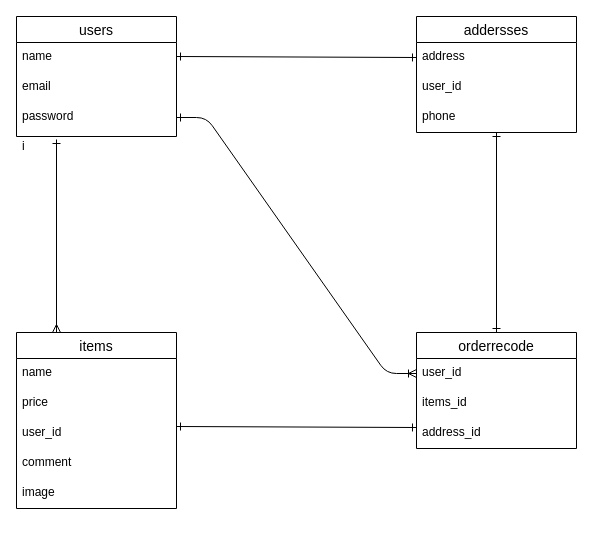
Earlier version of the draw.io diagram database.dio (DDT1129/furima-39096). Source tidied: cells renumbered, new cells numbered last; positions are measured from the earlier drawing's top-left corner, leaving out a move shared by most shapes. Both pictures are drawn from the tidied source at 100%, with x=0, y=0 at pixel (16, 16).
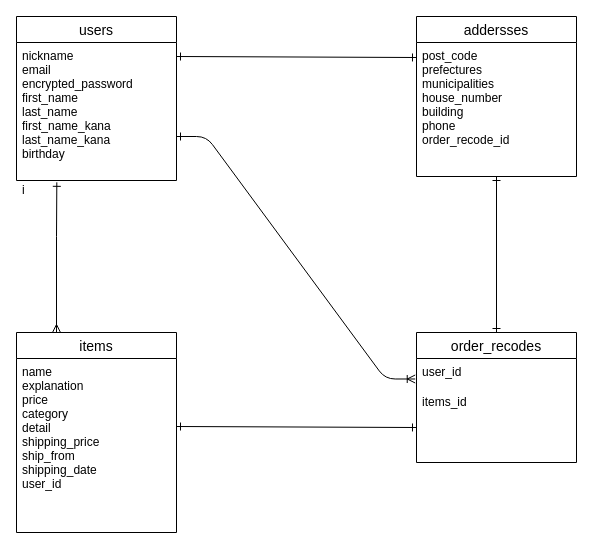
After the change.

Commit message (it also covers changes not shown here):
データベースの設計（訂正１）

Change to the diagram source:
```diff
@@
     <mxCell id="2" value="users" style="swimlane;fontStyle=0;horizontal=1;startSize=26;align=center;fontSize=14;" parent="1" vertex="1">
-      <mxGeometry width="160" height="120" as="geometry" />
+      <mxGeometry width="160" height="164" as="geometry" />
     </mxCell>
-    <mxCell id="3" value="name    &#10;&#10;&#10;" style="text;strokeColor=none;fillColor=none;spacingLeft=4;spacingRight=4;overflow=hidden;fontSize=12;" parent="2" vertex="1">
-      <mxGeometry y="26" width="160" height="30" as="geometry" />
-    </mxCell>
-    <mxCell id="4" value="email" style="text;strokeColor=none;fillColor=none;spacingLeft=4;spacingRight=4;overflow=hidden;fontSize=12;" parent="2" vertex="1">
-      <mxGeometry y="56" width="160" height="30" as="geometry" />
-    </mxCell>
-    <mxCell id="5" value="password" style="text;strokeColor=none;fillColor=none;spacingLeft=4;spacingRight=4;overflow=hidden;points=[[0,0.5],[1,0.5]];portConstraint=eastwest;fontSize=12;" parent="2" vertex="1">
-      <mxGeometry y="86" width="160" height="30" as="geometry" />
-    </mxCell>
+    <mxCell id="26" value="nickname &#10;email&#10;encrypted_password&#10;first_name&#10;last_name&#10;first_name_kana&#10;last_name_kana&#10;birthday" style="text;strokeColor=none;fillColor=none;spacingLeft=4;spacingRight=4;overflow=hidden;fontSize=12;" parent="2" vertex="1">
+      <mxGeometry y="26" width="160" height="134" as="geometry" />
+    </mxCell>
     <mxCell id="6" value="i" style="text;strokeColor=none;fillColor=none;spacingLeft=4;spacingRight=4;overflow=hidden;points=[[0,0.5],[1,0.5]];portConstraint=eastwest;fontSize=12;" parent="2" vertex="1">
-      <mxGeometry y="116" width="160" height="4" as="geometry" />
+      <mxGeometry y="160" width="160" height="4" as="geometry" />
     </mxCell>
     <mxCell id="7" value="items" style="swimlane;fontStyle=0;horizontal=1;startSize=26;align=center;fontSize=14;" parent="1" vertex="1">
-      <mxGeometry y="316" width="160" height="176" as="geometry" />
+      <mxGeometry y="316" width="160" height="200" as="geometry" />
     </mxCell>
-    <mxCell id="8" value="name" style="text;strokeColor=none;fillColor=none;spacingLeft=4;spacingRight=4;overflow=hidden;fontSize=12;" parent="7" vertex="1">
-      <mxGeometry y="26" width="160" height="30" as="geometry" />
-    </mxCell>
-    <mxCell id="9" value="price" style="text;strokeColor=none;fillColor=none;spacingLeft=4;spacingRight=4;overflow=hidden;fontSize=12;" parent="7" vertex="1">
-      <mxGeometry y="56" width="160" height="30" as="geometry" />
-    </mxCell>
-    <mxCell id="10" value="user_id" style="text;strokeColor=none;fillColor=none;spacingLeft=4;spacingRight=4;overflow=hidden;fontSize=12;" parent="7" vertex="1">
-      <mxGeometry y="86" width="160" height="30" as="geometry" />
-    </mxCell>
-    <mxCell id="11" value="comment" style="text;strokeColor=none;fillColor=none;spacingLeft=4;spacingRight=4;overflow=hidden;fontSize=12;" parent="7" vertex="1">
-      <mxGeometry y="116" width="160" height="30" as="geometry" />
-    </mxCell>
-    <mxCell id="12" value="image" style="text;strokeColor=none;fillColor=none;spacingLeft=4;spacingRight=4;overflow=hidden;fontSize=12;" parent="7" vertex="1">
-      <mxGeometry y="146" width="160" height="30" as="geometry" />
-    </mxCell>
+    <mxCell id="27" value="name &#10;explanation &#10;price &#10;category&#10;detail &#10;shipping_price &#10;ship_from&#10;shipping_date&#10;user_id" style="text;strokeColor=none;fillColor=none;spacingLeft=4;spacingRight=4;overflow=hidden;fontSize=12;" parent="7" vertex="1">
+      <mxGeometry y="26" width="160" height="174" as="geometry" />
+    </mxCell>
     <mxCell id="13" value="addersses" style="swimlane;fontStyle=0;horizontal=1;startSize=26;align=center;fontSize=14;" parent="1" vertex="1">
-      <mxGeometry x="400" width="160" height="116" as="geometry" />
+      <mxGeometry x="400" width="160" height="160" as="geometry" />
     </mxCell>
-    <mxCell id="14" value="address" style="text;strokeColor=none;fillColor=none;spacingLeft=4;spacingRight=4;overflow=hidden;points=[[0,0.5],[1,0.5]];portConstraint=eastwest;fontSize=12;" parent="13" vertex="1">
-      <mxGeometry y="26" width="160" height="30" as="geometry" />
-    </mxCell>
+    <mxCell id="28" value="post_code &#10;prefectures&#10;municipalities &#10;house_number &#10;building &#10;phone&#10;order_recode_id" style="text;strokeColor=none;fillColor=none;spacingLeft=4;spacingRight=4;overflow=hidden;fontSize=12;" parent="13" vertex="1">
+      <mxGeometry y="26" width="160" height="134" as="geometry" />
+    </mxCell>
+    <mxCell id="17" value="order_recodes" style="swimlane;fontStyle=0;horizontal=1;startSize=26;align=center;fontSize=14;" parent="1" vertex="1">
+      <mxGeometry x="400" y="316" width="160" height="130" as="geometry" />
+    </mxCell>
-    <mxCell id="15" value="user_id" style="text;strokeColor=none;fillColor=none;spacingLeft=4;spacingRight=4;overflow=hidden;points=[[0,0.5],[1,0.5]];portConstraint=eastwest;fontSize=12;" parent="13" vertex="1">
-      <mxGeometry y="56" width="160" height="30" as="geometry" />
+    <mxCell id="15" value="user_id" style="text;strokeColor=none;fillColor=none;spacingLeft=4;spacingRight=4;overflow=hidden;points=[[0,0.5],[1,0.5]];portConstraint=eastwest;fontSize=12;" parent="17" vertex="1">
+      <mxGeometry y="26" width="160" height="30" as="geometry" />
     </mxCell>
-    <mxCell id="16" value="phone" style="text;strokeColor=none;fillColor=none;spacingLeft=4;spacingRight=4;overflow=hidden;points=[[0,0.5],[1,0.5]];portConstraint=eastwest;fontSize=12;" parent="13" vertex="1">
-      <mxGeometry y="86" width="160" height="30" as="geometry" />
-    </mxCell>
-    <mxCell id="17" value="orderrecode" style="swimlane;fontStyle=0;horizontal=1;startSize=26;align=center;fontSize=14;" parent="1" vertex="1">
-      <mxGeometry x="400" y="316" width="160" height="116" as="geometry" />
-    </mxCell>
-    <mxCell id="18" value="user_id" style="text;strokeColor=none;fillColor=none;spacingLeft=4;spacingRight=4;overflow=hidden;points=[[0,0.5],[1,0.5]];portConstraint=eastwest;fontSize=12;" parent="17" vertex="1">
-      <mxGeometry y="26" width="160" height="30" as="geometry" />
-    </mxCell>
-    <mxCell id="19" value="items_id" style="text;strokeColor=none;fillColor=none;spacingLeft=4;spacingRight=4;overflow=hidden;fontSize=12;" parent="17" vertex="1">
-      <mxGeometry y="56" width="160" height="30" as="geometry" />
+    <mxCell id="19" value="items_id&#10;" style="text;strokeColor=none;fillColor=none;spacingLeft=4;spacingRight=4;overflow=hidden;fontSize=12;" parent="17" vertex="1">
+      <mxGeometry y="56" width="160" height="74" as="geometry" />
     </mxCell>
-    <mxCell id="20" value="address_id" style="text;strokeColor=none;fillColor=none;spacingLeft=4;spacingRight=4;overflow=hidden;fontSize=12;" parent="17" vertex="1">
-      <mxGeometry y="86" width="160" height="30" as="geometry" />
-    </mxCell>
-    <mxCell id="21" style="endArrow=ERmany;html=1;rounded=0;endFill=0;exitX=0.25;exitY=1.75;exitDx=0;exitDy=0;exitPerimeter=0;entryX=0.25;entryY=0;entryDx=0;entryDy=0;startArrow=ERone;startFill=0;" parent="1" edge="1" source="6" target="7">
-      <mxGeometry relative="1" as="geometry" />
+    <mxCell id="21" style="endArrow=ERmany;html=1;rounded=0;endFill=0;entryX=0.25;entryY=0;entryDx=0;entryDy=0;startArrow=ERone;startFill=0;exitX=0.252;exitY=1.458;exitDx=0;exitDy=0;exitPerimeter=0;" parent="1" edge="1" source="6" target="7">
+      <mxGeometry relative="1" as="geometry">
+        <Array as="points">
+          <mxPoint x="40" y="220" />
+        </Array>
+      </mxGeometry>
     </mxCell>
-    <mxCell id="22" style="endArrow=ERone;html=1;rounded=0;entryX=0;entryY=0.5;entryDx=0;entryDy=0;startArrow=ERone;startFill=0;endFill=0;" parent="1" edge="1" target="14">
+    <mxCell id="22" style="endArrow=ERone;html=1;rounded=0;entryX=0;entryY=0.5;entryDx=0;entryDy=0;startArrow=ERone;startFill=0;endFill=0;" parent="1" edge="1">
       <mxGeometry relative="1" as="geometry">
         <mxPoint x="160" y="40" as="sourcePoint" />
+        <mxPoint x="400" y="41" as="targetPoint" />
       </mxGeometry>
     </mxCell>
-    <mxCell id="23" style="edgeStyle=entityRelationEdgeStyle;fontSize=12;html=1;endArrow=ERoneToMany;exitX=1;exitY=0.5;exitDx=0;exitDy=0;entryX=0;entryY=0.5;entryDx=0;entryDy=0;startArrow=ERone;startFill=0;" parent="1" edge="1" source="5" target="18">
-      <mxGeometry relative="1" as="geometry" />
+    <mxCell id="23" style="edgeStyle=entityRelationEdgeStyle;fontSize=12;html=1;endArrow=ERoneToMany;startArrow=ERone;startFill=0;entryX=-0.008;entryY=0.683;entryDx=0;entryDy=0;entryPerimeter=0;" parent="1" edge="1" target="15">
+      <mxGeometry relative="1" as="geometry">
+        <mxPoint x="160" y="120" as="sourcePoint" />
+      </mxGeometry>
     </mxCell>
-    <mxCell id="24" style="endArrow=ERone;html=1;rounded=0;entryX=0.5;entryY=0;entryDx=0;entryDy=0;startArrow=ERone;startFill=0;endFill=0;" parent="1" edge="1" source="16" target="17">
-      <mxGeometry relative="1" as="geometry" />
+    <mxCell id="24" style="endArrow=ERone;html=1;rounded=0;entryX=0.5;entryY=0;entryDx=0;entryDy=0;startArrow=ERone;startFill=0;endFill=0;" parent="1" edge="1" target="17">
+      <mxGeometry relative="1" as="geometry">
+        <mxPoint x="480" y="160" as="sourcePoint" />
+      </mxGeometry>
     </mxCell>
```
